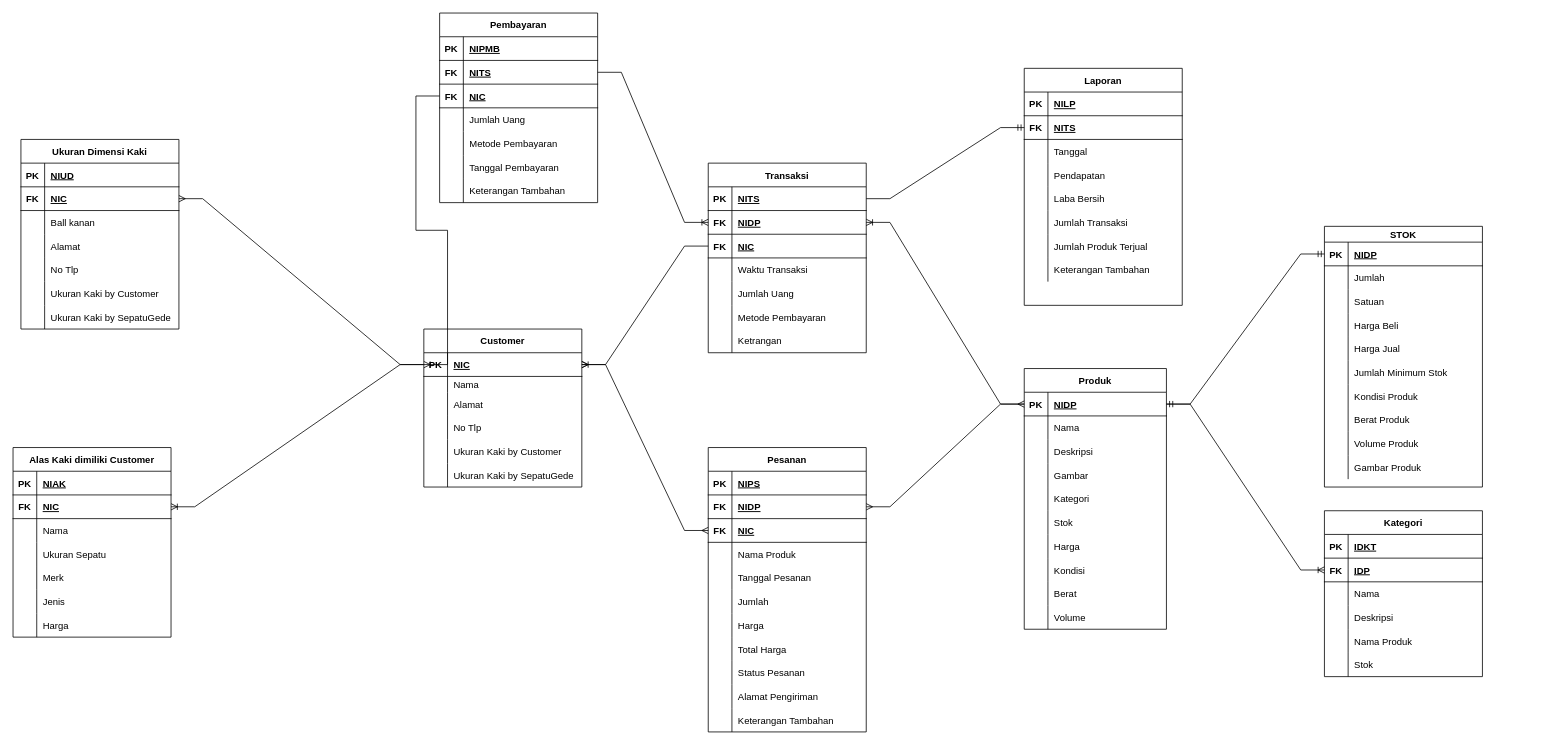
Earlier version of the draw.io diagram POS.drawio (zamzam-mugny/sage.github.io). Source tidied: cells renumbered, new cells numbered last; positions are measured from the earlier drawing's top-left corner, leaving out a move shared by most shapes. Both pictures are drawn from the tidied source at 79%, with x=0, y=0 at pixel (13, 13).
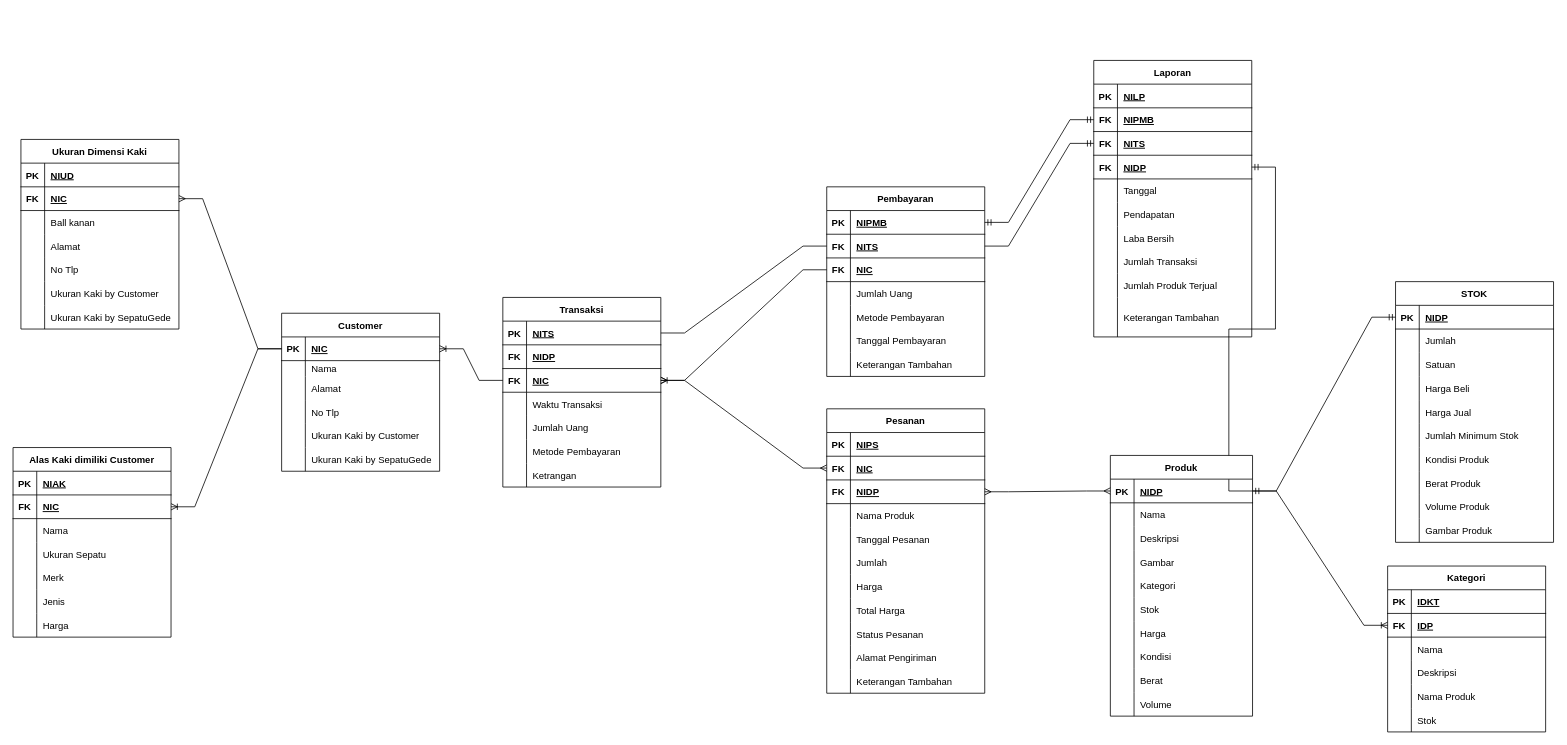
After the change.

Unchanged cells that the change refers to:
```xml
<mxCell id="3" style="shape=tableRow;horizontal=0;startSize=0;swimlaneHead=0;swimlaneBody=0;fillColor=none;points=[[0,0.5],[1,0.5]];portConstraint=eastwest;top=0;left=0;right=0;bottom=1;" parent="2" vertex="1">
  <mxGeometry y="30" width="200" height="30" as="geometry" />
</mxCell>
<mxCell id="122" style="shape=tableRow;horizontal=0;startSize=0;swimlaneHead=0;swimlaneBody=0;fillColor=none;points=[[0,0.5],[1,0.5]];portConstraint=eastwest;top=0;left=0;right=0;bottom=1;" parent="121" vertex="1">
  <mxGeometry y="30" width="200" height="30" as="geometry" />
</mxCell>
<mxCell id="125" style="shape=tableRow;horizontal=0;startSize=0;swimlaneHead=0;swimlaneBody=0;fillColor=none;points=[[0,0.5],[1,0.5]];portConstraint=eastwest;top=0;left=0;right=0;bottom=1;" parent="121" vertex="1">
  <mxGeometry y="60" width="200" height="30" as="geometry" />
</mxCell>
<mxCell id="128" style="shape=tableRow;horizontal=0;startSize=0;swimlaneHead=0;swimlaneBody=0;fillColor=none;points=[[0,0.5],[1,0.5]];portConstraint=eastwest;top=0;left=0;right=0;bottom=1;" parent="121" vertex="1">
  <mxGeometry y="90" width="200" height="30" as="geometry" />
</mxCell>
<mxCell id="200" style="shape=tableRow;horizontal=0;startSize=0;swimlaneHead=0;swimlaneBody=0;fillColor=none;points=[[0,0.5],[1,0.5]];portConstraint=eastwest;top=0;left=0;right=0;bottom=1;" parent="199" vertex="1">
  <mxGeometry y="30" width="200" height="30" as="geometry" />
</mxCell>
<mxCell id="203" style="shape=tableRow;horizontal=0;startSize=0;swimlaneHead=0;swimlaneBody=0;fillColor=none;points=[[0,0.5],[1,0.5]];portConstraint=eastwest;top=0;left=0;right=0;bottom=1;" parent="199" vertex="1">
  <mxGeometry y="60" width="200" height="30" as="geometry" />
</mxCell>
<mxCell id="206" style="shape=tableRow;horizontal=0;startSize=0;swimlaneHead=0;swimlaneBody=0;fillColor=none;points=[[0,0.5],[1,0.5]];portConstraint=eastwest;top=0;left=0;right=0;bottom=1;" parent="199" vertex="1">
  <mxGeometry y="90" width="200" height="30" as="geometry" />
</mxCell>
<mxCell id="225" style="shape=tableRow;horizontal=0;startSize=0;swimlaneHead=0;swimlaneBody=0;fillColor=none;points=[[0,0.5],[1,0.5]];portConstraint=eastwest;top=0;left=0;right=0;bottom=1;" parent="224" vertex="1">
  <mxGeometry y="30" width="180" height="30" as="geometry" />
</mxCell>
```

What changed in the source:
```diff
@@
     <mxCell id="2" value="Customer" style="shape=table;startSize=30;childLayout=tableLayout;rowLines=0;fontStyle=1;align=center;" parent="1" vertex="1">
-      <mxGeometry x="520" y="400" width="200" height="200" as="geometry" />
+      <mxGeometry x="340" y="380" width="200" height="200" as="geometry" />
     </mxCell>
@@
     <mxCell id="67" value="Kategori" style="shape=table;startSize=30;childLayout=tableLayout;rowLines=0;fontStyle=1;align=center;" parent="1" vertex="1">
-      <mxGeometry x="1660" y="630" width="200" height="210" as="geometry" />
+      <mxGeometry x="1740" y="700" width="200" height="210" as="geometry" />
     </mxCell>
@@
     <mxCell id="87" value="Pesanan" style="shape=table;startSize=30;childLayout=tableLayout;rowLines=0;fontStyle=1;align=center;" parent="1" vertex="1">
-      <mxGeometry x="880" y="550" width="200" height="360" as="geometry" />
+      <mxGeometry x="1030" y="501" width="200" height="360" as="geometry" />
     </mxCell>
@@
+    <mxCell id="94" style="shape=tableRow;horizontal=0;startSize=0;swimlaneHead=0;swimlaneBody=0;fillColor=none;points=[[0,0.5],[1,0.5]];portConstraint=eastwest;top=0;left=0;right=0;bottom=1;" parent="87" vertex="1">
+      <mxGeometry y="60" width="200" height="30" as="geometry" />
+    </mxCell>
+    <mxCell id="95" value="FK" style="shape=partialRectangle;fillColor=none;top=0;left=0;bottom=0;right=0;fontStyle=1;overflow=hidden;" parent="94" vertex="1">
+      <mxGeometry width="30" height="30" as="geometry" />
+    </mxCell>
+    <mxCell id="96" value="NIC" style="shape=partialRectangle;fillColor=none;top=0;left=0;bottom=0;right=0;align=left;spacingLeft=6;fontStyle=5;overflow=hidden;" parent="94" vertex="1">
+      <mxGeometry x="30" width="170" height="30" as="geometry" />
+    </mxCell>
     <mxCell id="91" style="shape=tableRow;horizontal=0;startSize=0;swimlaneHead=0;swimlaneBody=0;fillColor=none;points=[[0,0.5],[1,0.5]];portConstraint=eastwest;top=0;left=0;right=0;bottom=1;" parent="87" vertex="1">
-      <mxGeometry y="60" width="200" height="30" as="geometry" />
+      <mxGeometry y="90" width="200" height="30" as="geometry" />
     </mxCell>
@@
-    <mxCell id="94" style="shape=tableRow;horizontal=0;startSize=0;swimlaneHead=0;swimlaneBody=0;fillColor=none;points=[[0,0.5],[1,0.5]];portConstraint=eastwest;top=0;left=0;right=0;bottom=1;" parent="87" vertex="1">
-      <mxGeometry y="90" width="200" height="30" as="geometry" />
-    </mxCell>
-    <mxCell id="95" value="FK" style="shape=partialRectangle;fillColor=none;top=0;left=0;bottom=0;right=0;fontStyle=1;overflow=hidden;" parent="94" vertex="1">
-      <mxGeometry width="30" height="30" as="geometry" />
-    </mxCell>
-    <mxCell id="96" value="NIC" style="shape=partialRectangle;fillColor=none;top=0;left=0;bottom=0;right=0;align=left;spacingLeft=6;fontStyle=5;overflow=hidden;" parent="94" vertex="1">
-      <mxGeometry x="30" width="170" height="30" as="geometry" />
-    </mxCell>
@@
     <mxCell id="121" value="Transaksi" style="shape=table;startSize=30;childLayout=tableLayout;rowLines=0;fontStyle=1;align=center;" parent="1" vertex="1">
-      <mxGeometry x="880" y="190" width="200" height="240" as="geometry" />
+      <mxGeometry x="620" y="360" width="200" height="240" as="geometry" />
     </mxCell>
@@
-    <mxCell id="143" value="STOK" style="shape=table;startSize=20;childLayout=tableLayout;rowLines=0;fontStyle=1;align=center;" parent="1" vertex="1">
-      <mxGeometry x="1660" y="270" width="200" height="330" as="geometry" />
+    <mxCell id="143" value="STOK" style="shape=table;startSize=30;childLayout=tableLayout;rowLines=0;fontStyle=1;align=center;" parent="1" vertex="1">
+      <mxGeometry x="1750" y="340" width="200" height="330" as="geometry" />
     </mxCell>
     <mxCell id="144" style="shape=tableRow;horizontal=0;startSize=0;swimlaneHead=0;swimlaneBody=0;fillColor=none;points=[[0,0.5],[1,0.5]];portConstraint=eastwest;top=0;left=0;right=0;bottom=1;" parent="143" vertex="1">
-      <mxGeometry y="20" width="200" height="30" as="geometry" />
+      <mxGeometry y="30" width="200" height="30" as="geometry" />
     </mxCell>
@@
     <mxCell id="147" style="shape=tableRow;horizontal=0;startSize=0;swimlaneHead=0;swimlaneBody=0;fillColor=none;top=0;left=0;right=0;bottom=0;" parent="143" vertex="1">
-      <mxGeometry y="50" width="200" height="30" as="geometry" />
+      <mxGeometry y="60" width="200" height="30" as="geometry" />
     </mxCell>
@@
     <mxCell id="150" style="shape=tableRow;horizontal=0;startSize=0;swimlaneHead=0;swimlaneBody=0;fillColor=none;top=0;left=0;right=0;bottom=0;" parent="143" vertex="1">
-      <mxGeometry y="80" width="200" height="30" as="geometry" />
+      <mxGeometry y="90" width="200" height="30" as="geometry" />
     </mxCell>
@@
     <mxCell id="153" style="shape=tableRow;horizontal=0;startSize=0;swimlaneHead=0;swimlaneBody=0;fillColor=none;top=0;left=0;right=0;bottom=0;" parent="143" vertex="1">
-      <mxGeometry y="110" width="200" height="30" as="geometry" />
+      <mxGeometry y="120" width="200" height="30" as="geometry" />
     </mxCell>
@@
     <mxCell id="156" style="shape=tableRow;horizontal=0;startSize=0;swimlaneHead=0;swimlaneBody=0;fillColor=none;top=0;left=0;right=0;bottom=0;" parent="143" vertex="1">
-      <mxGeometry y="140" width="200" height="30" as="geometry" />
+      <mxGeometry y="150" width="200" height="30" as="geometry" />
     </mxCell>
@@
     <mxCell id="159" style="shape=tableRow;horizontal=0;startSize=0;swimlaneHead=0;swimlaneBody=0;fillColor=none;top=0;left=0;right=0;bottom=0;" parent="143" vertex="1">
-      <mxGeometry y="170" width="200" height="30" as="geometry" />
+      <mxGeometry y="180" width="200" height="30" as="geometry" />
     </mxCell>
@@
     <mxCell id="162" style="shape=tableRow;horizontal=0;startSize=0;swimlaneHead=0;swimlaneBody=0;fillColor=none;top=0;left=0;right=0;bottom=0;" parent="143" vertex="1">
-      <mxGeometry y="200" width="200" height="30" as="geometry" />
+      <mxGeometry y="210" width="200" height="30" as="geometry" />
     </mxCell>
@@
     <mxCell id="165" style="shape=tableRow;horizontal=0;startSize=0;swimlaneHead=0;swimlaneBody=0;fillColor=none;top=0;left=0;right=0;bottom=0;" parent="143" vertex="1">
-      <mxGeometry y="230" width="200" height="30" as="geometry" />
+      <mxGeometry y="240" width="200" height="30" as="geometry" />
     </mxCell>
@@
     <mxCell id="168" style="shape=tableRow;horizontal=0;startSize=0;swimlaneHead=0;swimlaneBody=0;fillColor=none;top=0;left=0;right=0;bottom=0;" parent="143" vertex="1">
-      <mxGeometry y="260" width="200" height="30" as="geometry" />
+      <mxGeometry y="270" width="200" height="30" as="geometry" />
     </mxCell>
@@
     <mxCell id="171" style="shape=tableRow;horizontal=0;startSize=0;swimlaneHead=0;swimlaneBody=0;fillColor=none;top=0;left=0;right=0;bottom=0;" parent="143" vertex="1">
-      <mxGeometry y="290" width="200" height="30" as="geometry" />
+      <mxGeometry y="300" width="200" height="30" as="geometry" />
     </mxCell>
@@
     <mxCell id="174" value="Laporan" style="shape=table;startSize=30;childLayout=tableLayout;rowLines=0;fontStyle=1;align=center;" parent="1" vertex="1">
-      <mxGeometry x="1280" y="70" width="200" height="300" as="geometry" />
+      <mxGeometry x="1368" y="60" width="200" height="350" as="geometry" />
     </mxCell>
@@
+    <mxCell id="260" style="shape=tableRow;horizontal=0;startSize=0;swimlaneHead=0;swimlaneBody=0;fillColor=none;points=[[0,0.5],[1,0.5]];portConstraint=eastwest;top=0;left=0;right=0;bottom=1;" parent="174" vertex="1">
+      <mxGeometry y="60" width="200" height="30" as="geometry" />
+    </mxCell>
+    <mxCell id="261" value="FK" style="shape=partialRectangle;fillColor=none;top=0;left=0;bottom=0;right=0;fontStyle=1;overflow=hidden;" parent="260" vertex="1">
+      <mxGeometry width="30" height="30" as="geometry" />
+    </mxCell>
+    <mxCell id="262" value="NIPMB" style="shape=partialRectangle;fillColor=none;top=0;left=0;bottom=0;right=0;align=left;spacingLeft=6;fontStyle=5;overflow=hidden;" parent="260" vertex="1">
+      <mxGeometry x="30" width="170" height="30" as="geometry" />
+    </mxCell>
     <mxCell id="178" style="shape=tableRow;horizontal=0;startSize=0;swimlaneHead=0;swimlaneBody=0;fillColor=none;points=[[0,0.5],[1,0.5]];portConstraint=eastwest;top=0;left=0;right=0;bottom=1;" parent="174" vertex="1">
-      <mxGeometry y="60" width="200" height="30" as="geometry" />
+      <mxGeometry y="90" width="200" height="30" as="geometry" />
     </mxCell>
@@
+    <mxCell id="263" style="shape=tableRow;horizontal=0;startSize=0;swimlaneHead=0;swimlaneBody=0;fillColor=none;points=[[0,0.5],[1,0.5]];portConstraint=eastwest;top=0;left=0;right=0;bottom=1;" parent="174" vertex="1">
+      <mxGeometry y="120" width="200" height="30" as="geometry" />
+    </mxCell>
+    <mxCell id="264" value="FK" style="shape=partialRectangle;fillColor=none;top=0;left=0;bottom=0;right=0;fontStyle=1;overflow=hidden;" parent="263" vertex="1">
+      <mxGeometry width="30" height="30" as="geometry" />
+    </mxCell>
+    <mxCell id="265" value="NIDP" style="shape=partialRectangle;fillColor=none;top=0;left=0;bottom=0;right=0;align=left;spacingLeft=6;fontStyle=5;overflow=hidden;" parent="263" vertex="1">
+      <mxGeometry x="30" width="170" height="30" as="geometry" />
+    </mxCell>
     <mxCell id="181" style="shape=tableRow;horizontal=0;startSize=0;swimlaneHead=0;swimlaneBody=0;fillColor=none;top=0;left=0;right=0;bottom=0;" parent="174" vertex="1">
-      <mxGeometry y="90" width="200" height="30" as="geometry" />
+      <mxGeometry y="150" width="200" height="30" as="geometry" />
     </mxCell>
@@
     <mxCell id="184" style="shape=tableRow;horizontal=0;startSize=0;swimlaneHead=0;swimlaneBody=0;fillColor=none;top=0;left=0;right=0;bottom=0;" parent="174" vertex="1">
-      <mxGeometry y="120" width="200" height="30" as="geometry" />
+      <mxGeometry y="180" width="200" height="30" as="geometry" />
     </mxCell>
@@
     <mxCell id="187" style="shape=tableRow;horizontal=0;startSize=0;swimlaneHead=0;swimlaneBody=0;fillColor=none;top=0;left=0;right=0;bottom=0;" parent="174" vertex="1">
-      <mxGeometry y="150" width="200" height="30" as="geometry" />
+      <mxGeometry y="210" width="200" height="30" as="geometry" />
     </mxCell>
@@
     <mxCell id="190" style="shape=tableRow;horizontal=0;startSize=0;swimlaneHead=0;swimlaneBody=0;fillColor=none;top=0;left=0;right=0;bottom=0;" parent="174" vertex="1">
-      <mxGeometry y="180" width="200" height="30" as="geometry" />
+      <mxGeometry y="240" width="200" height="30" as="geometry" />
     </mxCell>
@@
     <mxCell id="193" style="shape=tableRow;horizontal=0;startSize=0;swimlaneHead=0;swimlaneBody=0;fillColor=none;top=0;left=0;right=0;bottom=0;" parent="174" vertex="1">
-      <mxGeometry y="210" width="200" height="30" as="geometry" />
+      <mxGeometry y="270" width="200" height="30" as="geometry" />
     </mxCell>
@@
     <mxCell id="196" style="shape=tableRow;horizontal=0;startSize=0;swimlaneHead=0;swimlaneBody=0;fillColor=none;top=0;left=0;right=0;bottom=0;" parent="174" vertex="1">
-      <mxGeometry y="240" width="200" height="30" as="geometry" />
+      <mxGeometry y="300" width="200" height="50" as="geometry" />
     </mxCell>
     <mxCell id="197" value="    " style="shape=partialRectangle;fillColor=none;top=0;left=0;bottom=0;right=0;overflow=hidden;" parent="196" vertex="1">
-      <mxGeometry width="30" height="30" as="geometry" />
+      <mxGeometry width="30" height="50" as="geometry" />
     </mxCell>
     <mxCell id="198" value="Keterangan Tambahan" style="shape=partialRectangle;fillColor=none;top=0;left=0;bottom=0;right=0;align=left;spacingLeft=6;overflow=hidden;" parent="196" vertex="1">
-      <mxGeometry x="30" width="170" height="30" as="geometry" />
+      <mxGeometry x="30" width="170" height="50" as="geometry" />
     </mxCell>
+    <mxCell id="222" style="edgeStyle=entityRelationEdgeStyle;fontSize=12;html=1;endArrow=ERmandOne;startArrow=ERmandOne;rounded=0;entryX=0;entryY=0.5;entryDx=0;entryDy=0;" parent="1" edge="1" source="225" target="144">
+      <mxGeometry relative="1" as="geometry" />
+    </mxCell>
+    <mxCell id="223" style="edgeStyle=entityRelationEdgeStyle;fontSize=12;html=1;endArrow=ERoneToMany;rounded=0;exitX=0;exitY=0.5;exitDx=0;exitDy=0;" parent="1" edge="1" source="128" target="3">
+      <mxGeometry relative="1" as="geometry" />
+    </mxCell>
+    <mxCell id="255" style="edgeStyle=entityRelationEdgeStyle;fontSize=12;html=1;endArrow=none;startArrow=none;rounded=0;entryX=1;entryY=0.5;entryDx=0;entryDy=0;exitX=0;exitY=0.5;exitDx=0;exitDy=0;" parent="1" edge="1" source="203" target="122">
+      <mxGeometry relative="1" as="geometry" />
+    </mxCell>
+    <mxCell id="256" style="edgeStyle=entityRelationEdgeStyle;fontSize=12;html=1;endArrow=ERmany;startArrow=ERmany;rounded=0;entryX=0;entryY=0.5;entryDx=0;entryDy=0;" parent="1" edge="1" source="91" target="225">
+      <mxGeometry x="-1" y="297" relative="1" as="geometry">
+        <mxPoint x="-210" y="87" as="offset" />
+      </mxGeometry>
+    </mxCell>
+    <mxCell id="257" style="edgeStyle=entityRelationEdgeStyle;fontSize=12;html=1;endArrow=ERmany;startArrow=ERmany;rounded=0;entryX=0;entryY=0.5;entryDx=0;entryDy=0;exitX=1;exitY=0.5;exitDx=0;exitDy=0;" parent="1" edge="1" source="128" target="94">
+      <mxGeometry x="-1" y="297" relative="1" as="geometry">
+        <mxPoint x="-210" y="87" as="offset" />
+      </mxGeometry>
+    </mxCell>
+    <mxCell id="258" style="edgeStyle=entityRelationEdgeStyle;fontSize=12;html=1;endArrow=ERoneToMany;rounded=0;exitX=0;exitY=0.5;exitDx=0;exitDy=0;entryX=1;entryY=0.5;entryDx=0;entryDy=0;" parent="1" edge="1" source="206" target="128">
+      <mxGeometry relative="1" as="geometry" />
+    </mxCell>
     <mxCell id="199" value="Pembayaran" style="shape=table;startSize=30;childLayout=tableLayout;rowLines=0;fontStyle=1;align=center;" parent="1" vertex="1">
-      <mxGeometry x="540" width="200" height="240" as="geometry" />
+      <mxGeometry x="1030" y="220" width="200" height="240" as="geometry" />
     </mxCell>
@@
-    <mxCell id="221" style="edgeStyle=entityRelationEdgeStyle;fontSize=12;html=1;endArrow=ERoneToMany;rounded=0;exitX=0;exitY=0.5;exitDx=0;exitDy=0;" parent="1" edge="1" source="225" target="125">
-      <mxGeometry relative="1" as="geometry" />
-    </mxCell>
-    <mxCell id="222" style="edgeStyle=entityRelationEdgeStyle;fontSize=12;html=1;endArrow=ERmandOne;startArrow=ERmandOne;rounded=0;entryX=0;entryY=0.5;entryDx=0;entryDy=0;" parent="1" edge="1" source="225" target="144">
-      <mxGeometry relative="1" as="geometry" />
-    </mxCell>
-    <mxCell id="223" style="edgeStyle=entityRelationEdgeStyle;fontSize=12;html=1;endArrow=ERoneToMany;rounded=0;exitX=0;exitY=0.5;exitDx=0;exitDy=0;" parent="1" edge="1" source="128" target="3">
-      <mxGeometry relative="1" as="geometry" />
-    </mxCell>
+    <mxCell id="266" style="edgeStyle=entityRelationEdgeStyle;fontSize=12;html=1;endArrow=none;startArrow=ERmandOne;rounded=0;entryX=1;entryY=0.5;entryDx=0;entryDy=0;" parent="1" edge="1" source="178" target="203">
+      <mxGeometry relative="1" as="geometry" />
+    </mxCell>
+    <mxCell id="267" style="edgeStyle=entityRelationEdgeStyle;fontSize=12;html=1;endArrow=ERmandOne;startArrow=ERmandOne;rounded=0;entryX=0;entryY=0.5;entryDx=0;entryDy=0;exitX=1;exitY=0.5;exitDx=0;exitDy=0;" parent="1" edge="1" source="200" target="260">
+      <mxGeometry relative="1" as="geometry" />
+    </mxCell>
+    <mxCell id="268" style="edgeStyle=entityRelationEdgeStyle;fontSize=12;html=1;endArrow=ERmandOne;startArrow=none;rounded=0;entryX=1;entryY=0.5;entryDx=0;entryDy=0;exitX=1;exitY=0.5;exitDx=0;exitDy=0;" parent="1" edge="1" source="225" target="263">
+      <mxGeometry relative="1" as="geometry" />
+    </mxCell>
     <mxCell id="224" value="Produk" style="shape=table;startSize=30;childLayout=tableLayout;rowLines=0;fontStyle=1;align=center;" parent="1" vertex="1">
-      <mxGeometry x="1280" y="450" width="180" height="330" as="geometry" />
+      <mxGeometry x="1389" y="560" width="180" height="330" as="geometry" />
     </mxCell>
@@
-    <mxCell id="255" style="edgeStyle=entityRelationEdgeStyle;fontSize=12;html=1;endArrow=none;startArrow=ERmandOne;rounded=0;entryX=1;entryY=0.5;entryDx=0;entryDy=0;" parent="1" edge="1" source="178" target="122">
-      <mxGeometry relative="1" as="geometry" />
-    </mxCell>
-    <mxCell id="256" style="edgeStyle=entityRelationEdgeStyle;fontSize=12;html=1;endArrow=ERmany;startArrow=ERmany;rounded=0;exitX=1;exitY=0.5;exitDx=0;exitDy=0;entryX=0;entryY=0.5;entryDx=0;entryDy=0;" parent="1" edge="1" source="91" target="225">
-      <mxGeometry x="-1" y="297" relative="1" as="geometry">
-        <mxPoint x="-210" y="87" as="offset" />
-      </mxGeometry>
-    </mxCell>
-    <mxCell id="257" style="edgeStyle=entityRelationEdgeStyle;fontSize=12;html=1;endArrow=ERmany;startArrow=ERmany;rounded=0;entryX=0;entryY=0.5;entryDx=0;entryDy=0;exitX=1;exitY=0.5;exitDx=0;exitDy=0;" parent="1" edge="1" source="3" target="94">
-      <mxGeometry x="-1" y="297" relative="1" as="geometry">
-        <mxPoint x="-210" y="87" as="offset" />
-      </mxGeometry>
-    </mxCell>
-    <mxCell id="258" style="edgeStyle=entityRelationEdgeStyle;fontSize=12;html=1;endArrow=ERoneToMany;rounded=0;exitX=0;exitY=0.5;exitDx=0;exitDy=0;entryX=0;entryY=0.5;entryDx=0;entryDy=0;" parent="1" edge="1" source="206" target="3">
-      <mxGeometry relative="1" as="geometry" />
-    </mxCell>
-    <mxCell id="259" style="edgeStyle=entityRelationEdgeStyle;fontSize=12;html=1;endArrow=ERoneToMany;rounded=0;entryX=0;entryY=0.5;entryDx=0;entryDy=0;" parent="1" edge="1" source="203" target="125">
-      <mxGeometry relative="1" as="geometry" />
-    </mxCell>
```
